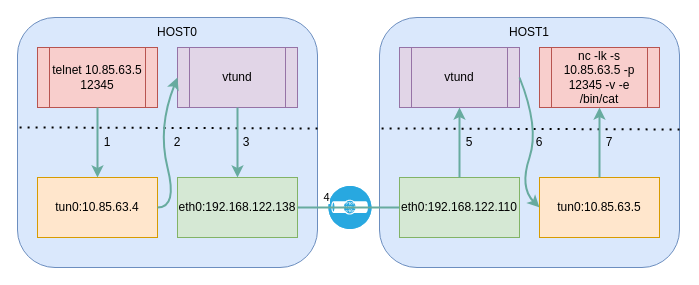
qinxinliang/diagrams keeps this draw.io diagram as tuntap.drawio. Above is the earlier version. Source tidied: cells renumbered, new cells numbered last; positions are measured from the earlier drawing's top-left corner, leaving out a move shared by most shapes. Both pictures are drawn from the tidied source at 100%, with x=0, y=0 at pixel (17, 17).
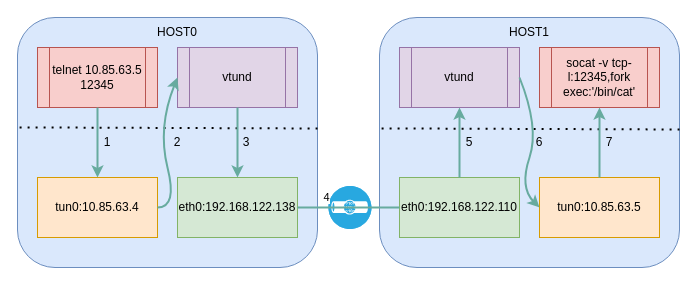
Above is the later version.

What changed in the source:
```diff
@@
-    <mxCell id="11" value="nc -lk -s 10.85.63.5 -p 12345 -v -e /bin/cat" style="shape=process;whiteSpace=wrap;html=1;backgroundOutline=1;fillColor=#f8cecc;strokeColor=#b85450;" parent="1" vertex="1">
+    <mxCell id="11" value="socat -v tcp-l:12345,fork exec:'/bin/cat'" style="shape=process;whiteSpace=wrap;html=1;backgroundOutline=1;fillColor=#f8cecc;strokeColor=#b85450;" parent="1" vertex="1">
       <mxGeometry x="522" y="30" width="120" height="60" as="geometry" />
     </mxCell>
```
